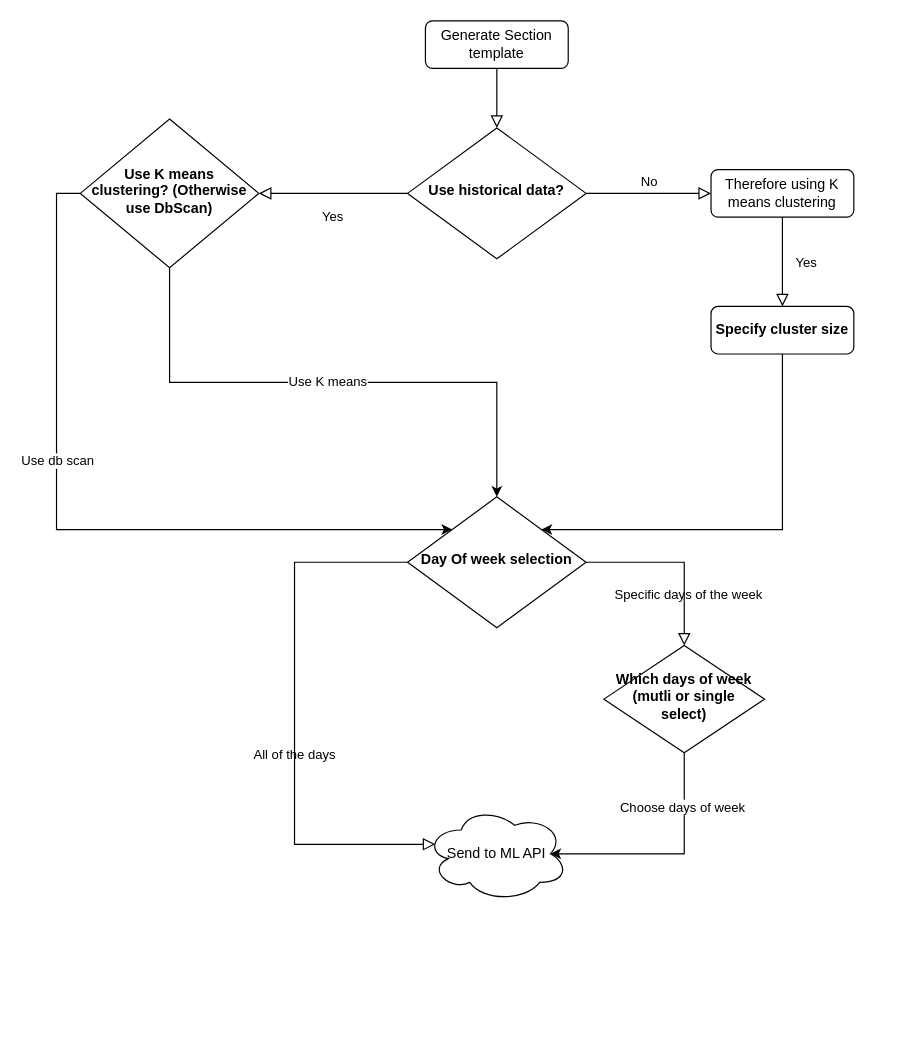
gbates-e2open/drawioFiles keeps this draw.io diagram as RouteSectionGenerationFlow.drawio. Above is the earlier version. Source tidied: cells renumbered, new cells numbered last; positions are measured from the earlier drawing's top-left corner, leaving out a move shared by most shapes. Both pictures are drawn from the tidied source at 119%, with x=0, y=0 at pixel (56, 20).
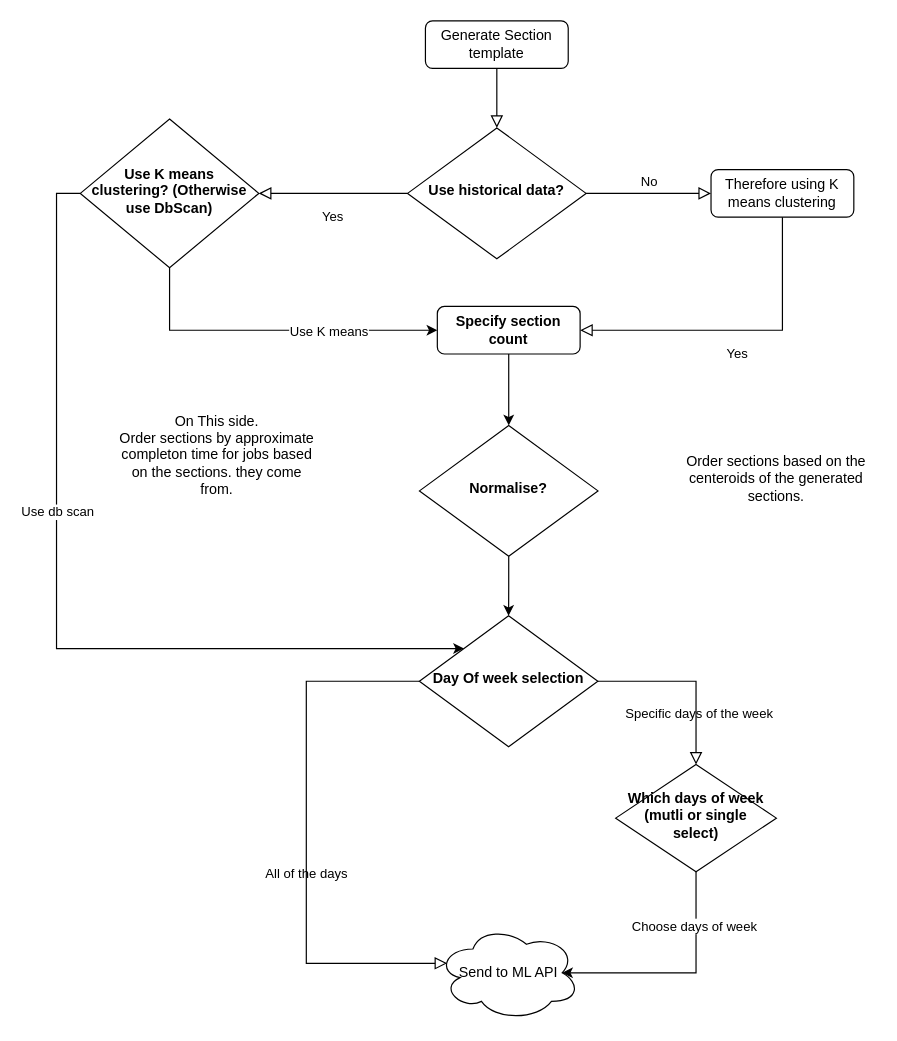
The same diagram, later.

Unchanged cells that the change refers to:
```xml
<mxCell id="7" value="Therefore using K means clustering" style="rounded=1;whiteSpace=wrap;html=1;fontSize=12;glass=0;strokeWidth=1;shadow=0;" parent="1" vertex="1">
  <mxGeometry x="550" y="125" width="120" height="40" as="geometry" />
</mxCell>
<mxCell id="12" value="Use K means clustering? (Otherwise use DbScan)" style="rhombus;whiteSpace=wrap;html=1;shadow=0;fontFamily=Helvetica;fontSize=12;align=center;strokeWidth=1;spacing=6;spacingTop=-4;fontStyle=1;" parent="1" vertex="1">
  <mxGeometry x="20" y="82.5" width="150" height="125" as="geometry" />
</mxCell>
```

Change to the diagram source:
```diff
@@
-    <mxCell id="8" style="edgeStyle=orthogonalEdgeStyle;rounded=0;jettySize=auto;html=1;exitX=0.5;exitY=1;exitDx=0;exitDy=0;entryX=0.5;entryY=0;entryDx=0;entryDy=0;" parent="1" edge="1" source="12" target="16">
-      <mxGeometry relative="1" as="geometry" />
+    <mxCell id="8" style="edgeStyle=orthogonalEdgeStyle;rounded=0;jettySize=auto;html=1;exitX=0.5;exitY=1;exitDx=0;exitDy=0;entryX=0;entryY=0.5;entryDx=0;entryDy=0;" parent="1" edge="1" source="12" target="14">
+      <mxGeometry relative="1" as="geometry">
+        <Array as="points">
+          <mxPoint x="95" y="260" />
+        </Array>
+      </mxGeometry>
     </mxCell>
     <mxCell id="9" value="Use K means" style="edgeLabel;html=1;align=center;verticalAlign=middle;" parent="8" vertex="1">
-      <mxGeometry x="-0.02" y="1" relative="1" as="geometry" />
+      <mxGeometry x="-0.02" y="1" relative="1" as="geometry">
+        <mxPoint x="50" y="1" as="offset" />
+      </mxGeometry>
     </mxCell>
     <mxCell id="10" style="edgeStyle=orthogonalEdgeStyle;rounded=0;jettySize=auto;html=1;exitX=0;exitY=0.5;exitDx=0;exitDy=0;entryX=0;entryY=0;entryDx=0;entryDy=0;" parent="1" edge="1" source="12" target="16">
       <mxGeometry relative="1" as="geometry">
         <Array as="points">
           <mxPoint y="145" />
-          <mxPoint y="428" />
+          <mxPoint y="527" />
         </Array>
       </mxGeometry>
     </mxCell>
@@
-    <mxCell id="13" style="edgeStyle=orthogonalEdgeStyle;rounded=0;jettySize=auto;html=1;exitX=0.5;exitY=1;exitDx=0;exitDy=0;entryX=1;entryY=0;entryDx=0;entryDy=0;" parent="1" edge="1" source="14" target="16">
-      <mxGeometry relative="1" as="geometry">
-        <Array as="points">
-          <mxPoint x="610" y="428" />
-        </Array>
-      </mxGeometry>
-    </mxCell>
+    <mxCell id="23" style="edgeStyle=orthogonalEdgeStyle;rounded=0;jettySize=auto;html=1;exitX=0.5;exitY=1;exitDx=0;exitDy=0;entryX=0.5;entryY=0;entryDx=0;entryDy=0;" parent="1" edge="1" source="14" target="25">
+      <mxGeometry relative="1" as="geometry" />
+    </mxCell>
-    <mxCell id="14" value="Specify cluster size" style="rounded=1;whiteSpace=wrap;html=1;fontSize=12;glass=0;strokeWidth=1;shadow=0;fontStyle=1;" parent="1" vertex="1">
-      <mxGeometry x="550" y="240" width="120" height="40" as="geometry" />
+    <mxCell id="14" value="Specify section count" style="rounded=1;whiteSpace=wrap;html=1;fontSize=12;glass=0;strokeWidth=1;shadow=0;fontStyle=1;" parent="1" vertex="1">
+      <mxGeometry x="320" y="240" width="120" height="40" as="geometry" />
     </mxCell>
-    <mxCell id="15" value="Yes" style="rounded=0;html=1;jettySize=auto;fontSize=11;endArrow=block;endFill=0;endSize=8;strokeWidth=1;shadow=0;labelBackgroundColor=none;edgeStyle=orthogonalEdgeStyle;exitX=0.5;exitY=1;exitDx=0;exitDy=0;entryX=0.5;entryY=0;entryDx=0;entryDy=0;" parent="1" edge="1" source="7" target="14">
+    <mxCell id="15" value="Yes" style="rounded=0;html=1;jettySize=auto;fontSize=11;endArrow=block;endFill=0;endSize=8;strokeWidth=1;shadow=0;labelBackgroundColor=none;edgeStyle=orthogonalEdgeStyle;exitX=0.5;exitY=1;exitDx=0;exitDy=0;entryX=1;entryY=0.5;entryDx=0;entryDy=0;" parent="1" edge="1" source="7" target="14">
       <mxGeometry y="20" relative="1" as="geometry" />
     </mxCell>
     <mxCell id="16" value="Day Of week selection" style="rhombus;whiteSpace=wrap;html=1;shadow=0;fontFamily=Helvetica;fontSize=12;align=center;strokeWidth=1;spacing=6;spacingTop=-4;fontStyle=1;" parent="1" vertex="1">
-      <mxGeometry x="295" y="400" width="150" height="110" as="geometry" />
+      <mxGeometry x="304.9" y="500" width="150" height="110" as="geometry" />
     </mxCell>
     <mxCell id="17" value="All of the days" style="rounded=0;html=1;jettySize=auto;fontSize=11;endArrow=block;endFill=0;endSize=8;strokeWidth=1;shadow=0;labelBackgroundColor=none;edgeStyle=orthogonalEdgeStyle;exitX=0;exitY=0.5;exitDx=0;exitDy=0;entryX=0.07;entryY=0.4;entryDx=0;entryDy=0;entryPerimeter=0;" parent="1" edge="1" source="16" target="20">
       <mxGeometry x="0.14" relative="1" as="geometry">
         <Array as="points">
-          <mxPoint x="200" y="455" />
-          <mxPoint x="200" y="692" />
+          <mxPoint x="209.9" y="555" />
+          <mxPoint x="209.9" y="792" />
         </Array>
       </mxGeometry>
     </mxCell>
     <mxCell id="18" value="Which days of week&lt;div&gt;(mutli or single select)&lt;/div&gt;" style="rhombus;whiteSpace=wrap;html=1;shadow=0;fontFamily=Helvetica;fontSize=12;align=center;strokeWidth=1;spacing=6;spacingTop=-4;fontStyle=1;" parent="1" vertex="1">
-      <mxGeometry x="460" y="525" width="135" height="90" as="geometry" />
+      <mxGeometry x="469.9" y="625" width="135" height="90" as="geometry" />
     </mxCell>
@@
     <mxCell id="20" value="Send to ML API" style="ellipse;shape=cloud;whiteSpace=wrap;html=1;" parent="1" vertex="1">
-      <mxGeometry x="310" y="660" width="120" height="80" as="geometry" />
+      <mxGeometry x="319.9" y="760" width="120" height="80" as="geometry" />
     </mxCell>
     <mxCell id="21" style="edgeStyle=orthogonalEdgeStyle;rounded=0;jettySize=auto;html=1;exitX=0.5;exitY=1;exitDx=0;exitDy=0;entryX=0.875;entryY=0.5;entryDx=0;entryDy=0;entryPerimeter=0;" parent="1" edge="1" source="18" target="20">
       <mxGeometry relative="1" as="geometry">
         <Array as="points">
-          <mxPoint x="528" y="700" />
+          <mxPoint x="537.9" y="800" />
         </Array>
       </mxGeometry>
     </mxCell>
@@
+    <mxCell id="24" style="edgeStyle=orthogonalEdgeStyle;rounded=0;jettySize=auto;html=1;exitX=0.5;exitY=1;exitDx=0;exitDy=0;" parent="1" edge="1" source="25" target="16">
+      <mxGeometry relative="1" as="geometry" />
+    </mxCell>
+    <mxCell id="25" value="Normalise?" style="rhombus;whiteSpace=wrap;html=1;shadow=0;fontFamily=Helvetica;fontSize=12;align=center;strokeWidth=1;spacing=6;spacingTop=-4;fontStyle=1;" parent="1" vertex="1">
+      <mxGeometry x="305" y="340" width="150" height="110" as="geometry" />
+    </mxCell>
+    <mxCell id="26" value="On This side.&lt;div&gt;Order sections by approximate completon time for jobs based on the sections. they come from.&lt;/div&gt;" style="text;html=1;align=center;verticalAlign=middle;whiteSpace=wrap;rounded=0;" parent="1" vertex="1">
+      <mxGeometry x="50" y="300" width="170" height="130" as="geometry" />
+    </mxCell>
+    <mxCell id="27" value="Order sections based on the centeroids of the generated sections." style="text;html=1;align=center;verticalAlign=middle;whiteSpace=wrap;rounded=0;" parent="1" vertex="1">
+      <mxGeometry x="520" y="320" width="170" height="130" as="geometry" />
+    </mxCell>
```
